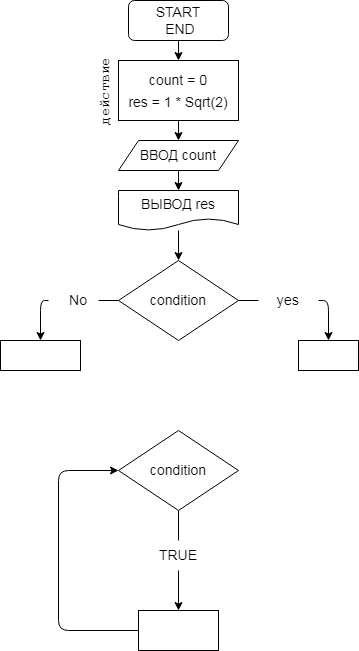
PolinaSavel/practice_SPK keeps this draw.io diagram as ex000.drawio.png. Above is the earlier version. Source tidied: cells renumbered, new cells last; positions are measured from the earlier drawing's top-left corner, leaving out a move shared by most shapes. Its diagram source:
```xml
<mxGraphModel>
  <root>
    <mxCell id="0" />
    <mxCell id="1" parent="0" />
    <mxCell id="2" style="edgeStyle=none;html=1;fontSize=18;entryX=0.5;entryY=0;entryDx=0;entryDy=0;" parent="1" edge="1" source="3" target="5">
      <mxGeometry relative="1" as="geometry" />
    </mxCell>
    <mxCell id="3" value="&lt;font&gt;&lt;font style=&quot;font-size: 14px&quot;&gt;START&lt;br&gt;&amp;nbsp;END&lt;/font&gt;&lt;br&gt;&lt;/font&gt;" style="rounded=1;whiteSpace=wrap;html=1;" parent="1" vertex="1">
      <mxGeometry x="128" width="100" height="40" as="geometry" />
    </mxCell>
    <mxCell id="4" style="edgeStyle=none;html=1;exitX=0.5;exitY=1;exitDx=0;exitDy=0;entryX=0.5;entryY=0;entryDx=0;entryDy=0;fontSize=14;" parent="1" edge="1" source="5" target="7">
      <mxGeometry relative="1" as="geometry" />
    </mxCell>
    <mxCell id="5" value="&lt;font style=&quot;font-size: 14px&quot;&gt;count = 0&lt;br&gt;res = 1 * Sqrt(2)&lt;/font&gt;" style="rounded=0;whiteSpace=wrap;html=1;fontSize=18;" parent="1" vertex="1">
      <mxGeometry x="118" y="60" width="120" height="60" as="geometry" />
    </mxCell>
    <mxCell id="6" style="edgeStyle=none;html=1;exitX=0.5;exitY=1;exitDx=0;exitDy=0;fontSize=14;" parent="1" edge="1" source="7" target="9">
      <mxGeometry relative="1" as="geometry" />
    </mxCell>
    <mxCell id="7" value="ВВОД count" style="shape=parallelogram;perimeter=parallelogramPerimeter;whiteSpace=wrap;html=1;fixedSize=1;fontSize=14;" parent="1" vertex="1">
      <mxGeometry x="118" y="140" width="120" height="30" as="geometry" />
    </mxCell>
    <mxCell id="8" style="edgeStyle=none;html=1;fontSize=14;" parent="1" edge="1" source="9">
      <mxGeometry relative="1" as="geometry">
        <mxPoint x="178" y="260" as="targetPoint" />
      </mxGeometry>
    </mxCell>
    <mxCell id="9" value="ВЫВОД res" style="shape=document;whiteSpace=wrap;html=1;boundedLbl=1;fontSize=14;" parent="1" vertex="1">
      <mxGeometry x="118" y="190" width="120" height="40" as="geometry" />
    </mxCell>
    <mxCell id="10" style="edgeStyle=none;html=1;exitX=1;exitY=0.5;exitDx=0;exitDy=0;entryX=0.5;entryY=0;entryDx=0;entryDy=0;fontSize=14;startArrow=none;" parent="1" edge="1" source="17" target="16">
      <mxGeometry relative="1" as="geometry">
        <Array as="points">
          <mxPoint x="328" y="300" />
        </Array>
      </mxGeometry>
    </mxCell>
    <mxCell id="11" style="edgeStyle=none;html=1;exitX=0;exitY=0.5;exitDx=0;exitDy=0;entryX=0.5;entryY=0;entryDx=0;entryDy=0;fontSize=14;startArrow=none;" parent="1" edge="1" source="21" target="19">
      <mxGeometry relative="1" as="geometry">
        <Array as="points">
          <mxPoint x="40" y="300" />
        </Array>
      </mxGeometry>
    </mxCell>
    <mxCell id="12" value="condition" style="rhombus;whiteSpace=wrap;html=1;fontSize=14;" parent="1" vertex="1">
      <mxGeometry x="118" y="260" width="120" height="80" as="geometry" />
    </mxCell>
    <mxCell id="13" value="&lt;pre&gt;действие&lt;/pre&gt;" style="text;html=1;strokeColor=none;fillColor=none;align=center;verticalAlign=middle;whiteSpace=wrap;rounded=0;fontSize=14;rotation=-90;" parent="1" vertex="1">
      <mxGeometry x="75" y="76" width="60" height="30" as="geometry" />
    </mxCell>
    <mxCell id="14" style="edgeStyle=none;html=1;fontSize=14;startArrow=none;" parent="1" edge="1" source="23">
      <mxGeometry relative="1" as="geometry">
        <mxPoint x="178" y="610" as="targetPoint" />
      </mxGeometry>
    </mxCell>
    <mxCell id="15" value="condition" style="rhombus;whiteSpace=wrap;html=1;fontSize=14;" parent="1" vertex="1">
      <mxGeometry x="118" y="430" width="120" height="80" as="geometry" />
    </mxCell>
    <mxCell id="16" style="rounded=0;whiteSpace=wrap;html=1;fontSize=14;" parent="1" vertex="1">
      <mxGeometry x="298" y="340" width="60" height="30" as="geometry" />
    </mxCell>
    <mxCell id="17" value="yes" style="text;html=1;strokeColor=none;fillColor=none;align=center;verticalAlign=middle;whiteSpace=wrap;rounded=0;fontSize=14;" parent="1" vertex="1">
      <mxGeometry x="258" y="285" width="60" height="30" as="geometry" />
    </mxCell>
    <mxCell id="18" style="edgeStyle=none;html=1;exitX=1;exitY=0.5;exitDx=0;exitDy=0;fontSize=14;endArrow=none;" parent="1" edge="1" source="12" target="17">
      <mxGeometry relative="1" as="geometry" />
    </mxCell>
    <mxCell id="19" style="rounded=0;whiteSpace=wrap;html=1;fontSize=14;" parent="1" vertex="1">
      <mxGeometry y="340" width="80" height="30" as="geometry" />
    </mxCell>
    <mxCell id="20" style="edgeStyle=none;html=1;exitX=0;exitY=0.5;exitDx=0;exitDy=0;fontSize=14;endArrow=none;" parent="1" edge="1" source="12" target="21">
      <mxGeometry relative="1" as="geometry" />
    </mxCell>
    <mxCell id="21" value="No" style="text;html=1;strokeColor=none;fillColor=none;align=center;verticalAlign=middle;whiteSpace=wrap;rounded=0;fontSize=14;" parent="1" vertex="1">
      <mxGeometry x="48" y="285" width="60" height="30" as="geometry" />
    </mxCell>
    <mxCell id="22" style="edgeStyle=none;html=1;exitX=0;exitY=0.5;exitDx=0;exitDy=0;fontSize=14;endArrow=none;" parent="1" edge="1" source="12">
      <mxGeometry relative="1" as="geometry">
        <mxPoint x="98" y="300" as="targetPoint" />
      </mxGeometry>
    </mxCell>
    <mxCell id="23" value="TRUE" style="text;html=1;strokeColor=none;fillColor=none;align=center;verticalAlign=middle;whiteSpace=wrap;rounded=0;fontSize=14;" parent="1" vertex="1">
      <mxGeometry x="148" y="540" width="60" height="30" as="geometry" />
    </mxCell>
    <mxCell id="24" style="edgeStyle=none;html=1;fontSize=14;endArrow=none;" parent="1" edge="1" source="15" target="23">
      <mxGeometry relative="1" as="geometry" />
    </mxCell>
    <mxCell id="25" style="edgeStyle=none;html=1;exitX=0;exitY=0.5;exitDx=0;exitDy=0;entryX=0;entryY=0.5;entryDx=0;entryDy=0;fontSize=14;" parent="1" edge="1" source="26" target="15">
      <mxGeometry relative="1" as="geometry">
        <Array as="points">
          <mxPoint x="58" y="630" />
          <mxPoint x="58" y="470" />
        </Array>
      </mxGeometry>
    </mxCell>
    <mxCell id="26" style="rounded=0;whiteSpace=wrap;html=1;fontSize=14;" parent="1" vertex="1">
      <mxGeometry x="138" y="610" width="80" height="40" as="geometry" />
    </mxCell>
  </root>
</mxGraphModel>
```
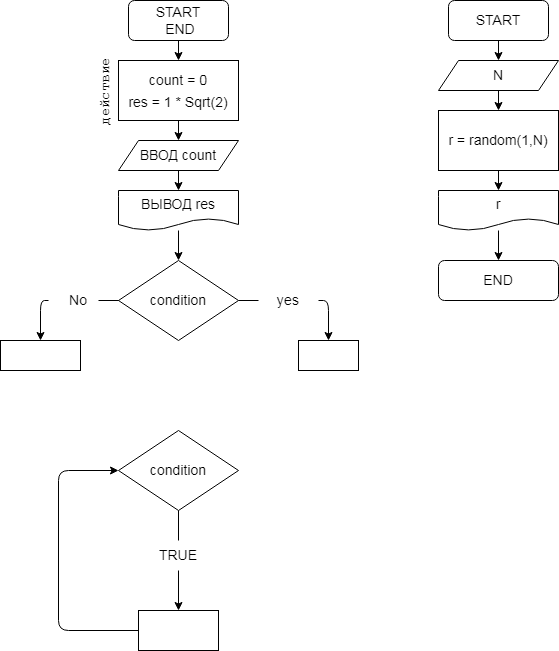
The same diagram one commit later.

Commit message:
решение первой задачи

Diff of the diagram source:
```diff
@@ -96,5 +96,38 @@
     <mxCell id="26" style="rounded=0;whiteSpace=wrap;html=1;fontSize=14;" parent="1" vertex="1">
       <mxGeometry x="138" y="610" width="80" height="40" as="geometry" />
     </mxCell>
+    <mxCell id="27" style="edgeStyle=none;html=1;fontSize=18;entryX=0.5;entryY=0;entryDx=0;entryDy=0;" parent="1" edge="1" source="28">
+      <mxGeometry relative="1" as="geometry">
+        <mxPoint x="498" y="60" as="targetPoint" />
+      </mxGeometry>
+    </mxCell>
+    <mxCell id="28" value="&lt;font&gt;&lt;font style=&quot;font-size: 14px&quot;&gt;START&lt;/font&gt;&lt;br&gt;&lt;/font&gt;" style="rounded=1;whiteSpace=wrap;html=1;" parent="1" vertex="1">
+      <mxGeometry x="448" width="100" height="40" as="geometry" />
+    </mxCell>
+    <mxCell id="29" style="edgeStyle=none;html=1;exitX=0.5;exitY=1;exitDx=0;exitDy=0;" parent="1" edge="1" source="30">
+      <mxGeometry relative="1" as="geometry">
+        <mxPoint x="498" y="110" as="targetPoint" />
+      </mxGeometry>
+    </mxCell>
+    <mxCell id="30" value="N" style="shape=parallelogram;perimeter=parallelogramPerimeter;whiteSpace=wrap;html=1;fixedSize=1;fontSize=14;" parent="1" vertex="1">
+      <mxGeometry x="438" y="60" width="120" height="30" as="geometry" />
+    </mxCell>
+    <mxCell id="31" style="edgeStyle=none;html=1;fontSize=14;" parent="1" edge="1" source="32">
+      <mxGeometry relative="1" as="geometry">
+        <mxPoint x="498" y="260" as="targetPoint" />
+      </mxGeometry>
+    </mxCell>
+    <mxCell id="32" value="r" style="shape=document;whiteSpace=wrap;html=1;boundedLbl=1;fontSize=14;" parent="1" vertex="1">
+      <mxGeometry x="438" y="190" width="120" height="40" as="geometry" />
+    </mxCell>
+    <mxCell id="33" style="edgeStyle=none;html=1;exitX=0.5;exitY=1;exitDx=0;exitDy=0;entryX=0.5;entryY=0;entryDx=0;entryDy=0;fontSize=14;" parent="1" edge="1" source="34" target="32">
+      <mxGeometry relative="1" as="geometry" />
+    </mxCell>
+    <mxCell id="34" value="&lt;font style=&quot;font-size: 14px&quot;&gt;r = random(1,N)&lt;/font&gt;" style="rounded=0;whiteSpace=wrap;html=1;" parent="1" vertex="1">
+      <mxGeometry x="438" y="110" width="120" height="60" as="geometry" />
+    </mxCell>
+    <mxCell id="35" value="END" style="rounded=1;whiteSpace=wrap;html=1;fontSize=14;" parent="1" vertex="1">
+      <mxGeometry x="438" y="260" width="120" height="40" as="geometry" />
+    </mxCell>
   </root>
 </mxGraphModel>
```
